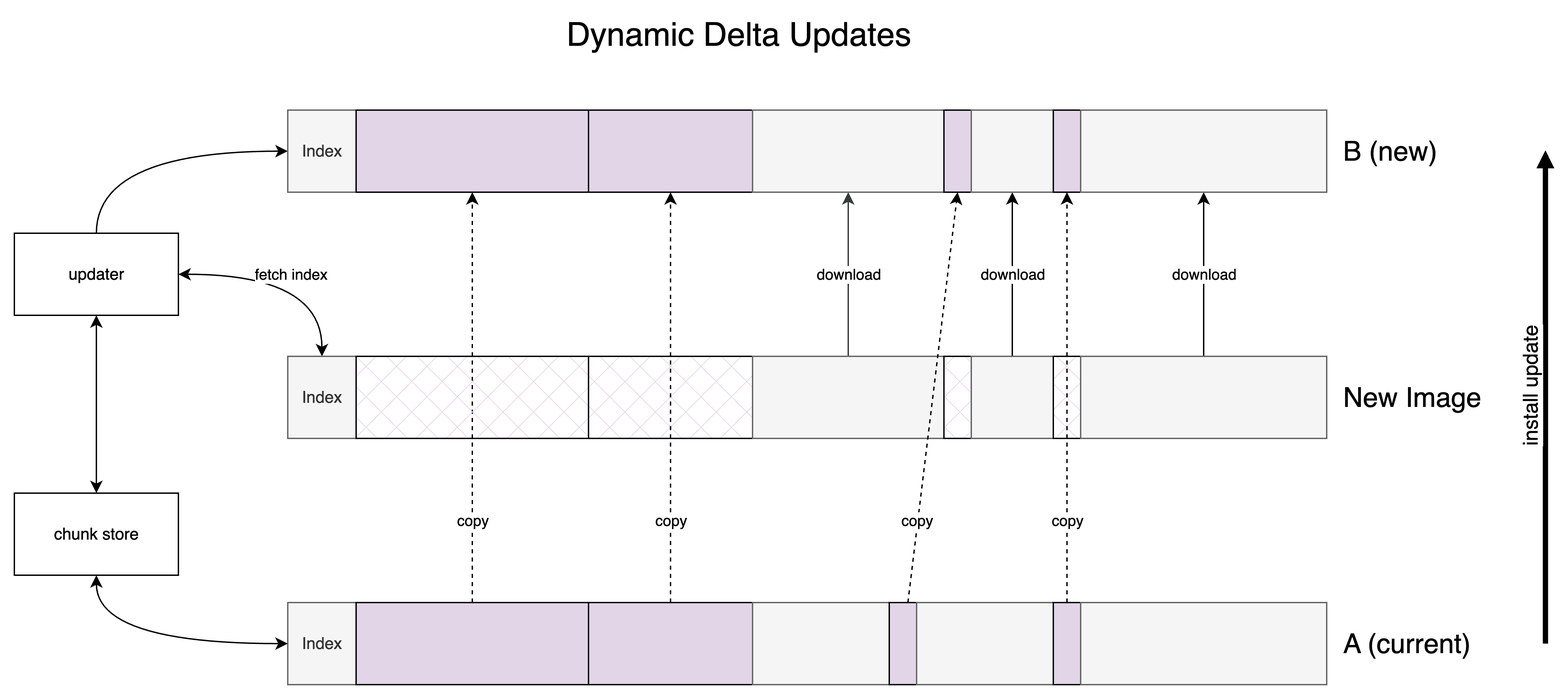
This is demos/2025-07-30/slides/dynamic-updates.drawio.png from thin-edge/tedge-public-demos, a draw.io export, as it was before one commit. Source tidied: cells renumbered, new cells last; positions are measured from the earlier drawing's top-left corner, leaving out a move shared by most shapes.
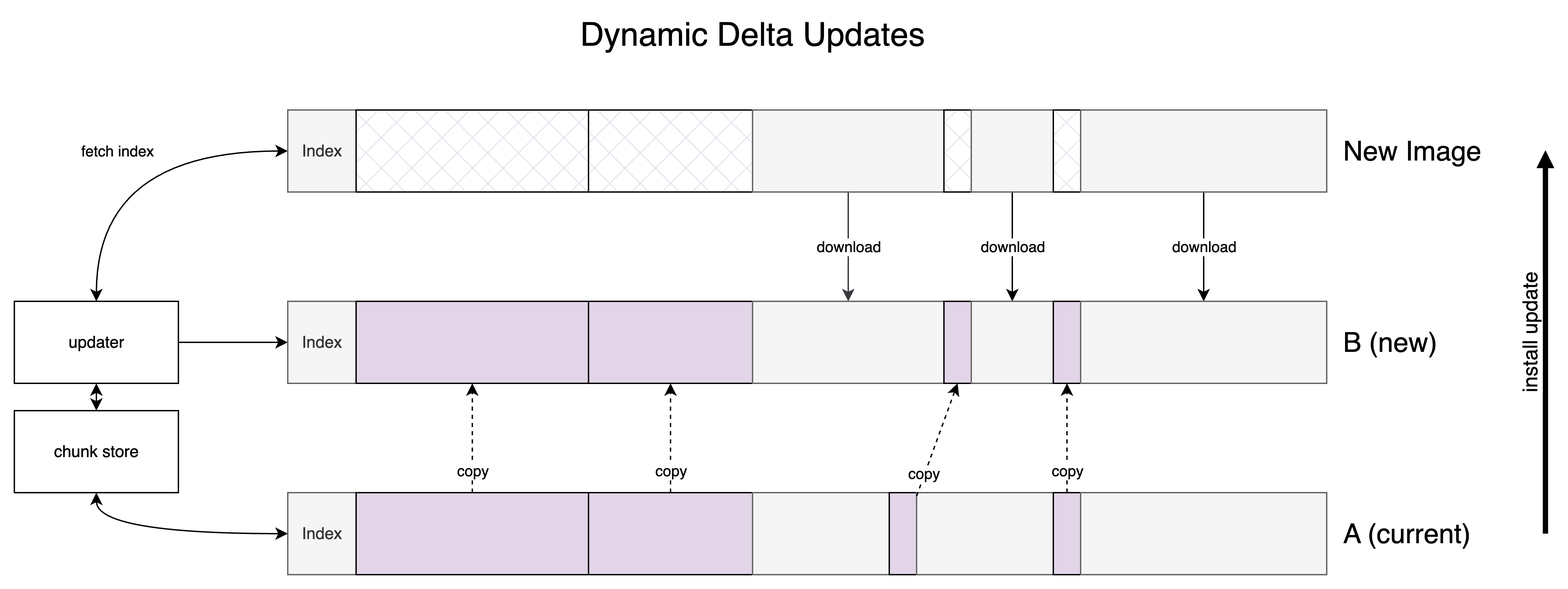
The same diagram one commit later.

The edit, as a diff of the source:
```diff
@@ -32,89 +32,89 @@
     <mxCell id="11" value="A (current)" style="text;html=1;align=left;verticalAlign=middle;whiteSpace=wrap;rounded=0;fontSize=20;" parent="1" vertex="1">
       <mxGeometry x="970" y="445" width="140" height="30" as="geometry" />
     </mxCell>
-    <mxCell id="12" value="fetch index" style="edgeStyle=orthogonalEdgeStyle;rounded=0;jettySize=auto;html=1;exitX=0.5;exitY=0;exitDx=0;exitDy=0;entryX=1;entryY=0.5;entryDx=0;entryDy=0;curved=1;startArrow=classic;startFill=1;" parent="1" edge="1" source="13" target="30">
+    <mxCell id="12" value="fetch index" style="edgeStyle=orthogonalEdgeStyle;rounded=0;jettySize=auto;html=1;exitX=0;exitY=0.5;exitDx=0;exitDy=0;entryX=0.5;entryY=0;entryDx=0;entryDy=0;curved=1;startArrow=classic;startFill=1;" parent="1" edge="1" source="13" target="30">
       <mxGeometry relative="1" as="geometry" />
     </mxCell>
     <mxCell id="13" value="Index" style="rounded=0;whiteSpace=wrap;html=1;fillColor=#f5f5f5;fontColor=#333333;strokeColor=#666666;" parent="1" vertex="1">
-      <mxGeometry x="200" y="250" width="50" height="60" as="geometry" />
+      <mxGeometry x="200" y="150" width="50" height="60" as="geometry" />
     </mxCell>
     <mxCell id="14" style="rounded=0;whiteSpace=wrap;html=1;fillStyle=cross-hatch;fillColor=#e1d5e7;strokeColor=default;strokeWidth=1;perimeterSpacing=0;" parent="1" vertex="1">
-      <mxGeometry x="420" y="250" width="120" height="60" as="geometry" />
+      <mxGeometry x="420" y="150" width="120" height="60" as="geometry" />
     </mxCell>
-    <mxCell id="15" value="download" style="edgeStyle=orthogonalEdgeStyle;rounded=0;jettySize=auto;html=1;entryX=0.5;entryY=1;entryDx=0;entryDy=0;fillColor=#cdeb8b;strokeColor=#36393d;" parent="1" edge="1" source="16" target="34">
+    <mxCell id="15" value="download" style="edgeStyle=orthogonalEdgeStyle;rounded=0;jettySize=auto;html=1;entryX=0.5;entryY=0;entryDx=0;entryDy=0;fillColor=#cdeb8b;strokeColor=#36393d;" parent="1" edge="1" source="16" target="34">
       <mxGeometry relative="1" as="geometry" />
     </mxCell>
     <mxCell id="16" style="rounded=0;whiteSpace=wrap;html=1;fillColor=#f5f5f5;strokeColor=#666666;fontColor=#333333;" parent="1" vertex="1">
-      <mxGeometry x="540" y="250" width="140" height="60" as="geometry" />
+      <mxGeometry x="540" y="150" width="140" height="60" as="geometry" />
     </mxCell>
     <mxCell id="17" style="rounded=0;whiteSpace=wrap;html=1;fillStyle=cross-hatch;fillColor=#e1d5e7;strokeColor=default;" parent="1" vertex="1">
-      <mxGeometry x="680" y="250" width="20" height="60" as="geometry" />
+      <mxGeometry x="680" y="150" width="20" height="60" as="geometry" />
     </mxCell>
-    <mxCell id="18" value="download" style="edgeStyle=orthogonalEdgeStyle;rounded=0;jettySize=auto;html=1;entryX=0.5;entryY=1;entryDx=0;entryDy=0;" parent="1" edge="1" source="19" target="36">
+    <mxCell id="18" value="download" style="edgeStyle=orthogonalEdgeStyle;rounded=0;jettySize=auto;html=1;entryX=0.5;entryY=0;entryDx=0;entryDy=0;" parent="1" edge="1" source="19" target="36">
       <mxGeometry relative="1" as="geometry" />
     </mxCell>
     <mxCell id="19" style="rounded=0;whiteSpace=wrap;html=1;fillColor=#f5f5f5;fontColor=#333333;strokeColor=#666666;" parent="1" vertex="1">
-      <mxGeometry x="700" y="250" width="60" height="60" as="geometry" />
+      <mxGeometry x="700" y="150" width="60" height="60" as="geometry" />
     </mxCell>
     <mxCell id="20" style="rounded=0;whiteSpace=wrap;html=1;fillStyle=cross-hatch;fillColor=#e1d5e7;strokeColor=default;" parent="1" vertex="1">
-      <mxGeometry x="760" y="250" width="20" height="60" as="geometry" />
+      <mxGeometry x="760" y="150" width="20" height="60" as="geometry" />
     </mxCell>
-    <mxCell id="21" value="download" style="edgeStyle=orthogonalEdgeStyle;rounded=0;jettySize=auto;html=1;entryX=0.5;entryY=1;entryDx=0;entryDy=0;" parent="1" edge="1" source="22" target="38">
+    <mxCell id="21" value="download" style="edgeStyle=orthogonalEdgeStyle;rounded=0;jettySize=auto;html=1;entryX=0.5;entryY=0;entryDx=0;entryDy=0;" parent="1" edge="1" source="22" target="38">
       <mxGeometry relative="1" as="geometry" />
     </mxCell>
     <mxCell id="22" style="rounded=0;whiteSpace=wrap;html=1;fillColor=#f5f5f5;fontColor=#333333;strokeColor=#666666;" parent="1" vertex="1">
-      <mxGeometry x="780" y="250" width="180" height="60" as="geometry" />
+      <mxGeometry x="780" y="150" width="180" height="60" as="geometry" />
     </mxCell>
     <mxCell id="23" style="rounded=0;whiteSpace=wrap;html=1;" parent="1" vertex="1">
-      <mxGeometry x="200" y="70" width="760" height="60" as="geometry" />
+      <mxGeometry x="200" y="290" width="760" height="60" as="geometry" />
     </mxCell>
     <mxCell id="24" value="New Image" style="text;html=1;align=left;verticalAlign=middle;whiteSpace=wrap;rounded=0;fontSize=20;" parent="1" vertex="1">
-      <mxGeometry x="970" y="265" width="140" height="30" as="geometry" />
+      <mxGeometry x="970" y="165" width="140" height="30" as="geometry" />
     </mxCell>
     <mxCell id="25" style="edgeStyle=orthogonalEdgeStyle;rounded=0;jettySize=auto;html=1;entryX=0;entryY=0.5;entryDx=0;entryDy=0;curved=1;exitX=0.5;exitY=1;exitDx=0;exitDy=0;startArrow=classic;startFill=1;" parent="1" edge="1" source="27" target="2">
       <mxGeometry relative="1" as="geometry" />
     </mxCell>
-    <mxCell id="26" style="edgeStyle=orthogonalEdgeStyle;rounded=0;jettySize=auto;html=1;entryX=0;entryY=0.5;entryDx=0;entryDy=0;curved=1;exitX=0.5;exitY=0;exitDx=0;exitDy=0;" parent="1" edge="1" source="30" target="23">
+    <mxCell id="26" style="edgeStyle=orthogonalEdgeStyle;rounded=0;jettySize=auto;html=1;entryX=0;entryY=0.5;entryDx=0;entryDy=0;curved=1;exitX=1;exitY=0.5;exitDx=0;exitDy=0;" parent="1" edge="1" source="30" target="23">
       <mxGeometry relative="1" as="geometry" />
     </mxCell>
     <mxCell id="27" value="chunk store" style="rounded=0;whiteSpace=wrap;html=1;" parent="1" vertex="1">
-      <mxGeometry y="350" width="120" height="60" as="geometry" />
+      <mxGeometry y="370" width="120" height="60" as="geometry" />
     </mxCell>
     <mxCell id="28" value="B (new)" style="text;html=1;align=left;verticalAlign=middle;whiteSpace=wrap;rounded=0;fontSize=20;" parent="1" vertex="1">
-      <mxGeometry x="970" y="85" width="110" height="30" as="geometry" />
+      <mxGeometry x="970" y="305" width="110" height="30" as="geometry" />
     </mxCell>
     <mxCell id="29" style="edgeStyle=orthogonalEdgeStyle;rounded=0;jettySize=auto;html=1;entryX=0.5;entryY=1;entryDx=0;entryDy=0;curved=1;exitX=0.5;exitY=0;exitDx=0;exitDy=0;startArrow=classic;startFill=1;" parent="1" edge="1" source="27" target="30">
       <mxGeometry relative="1" as="geometry" />
     </mxCell>
     <mxCell id="30" value="updater" style="rounded=0;whiteSpace=wrap;html=1;" parent="1" vertex="1">
-      <mxGeometry y="160" width="120" height="60" as="geometry" />
+      <mxGeometry y="290" width="120" height="60" as="geometry" />
     </mxCell>
     <mxCell id="31" value="&lt;div&gt;&lt;br&gt;&lt;/div&gt;" style="rounded=0;whiteSpace=wrap;html=1;fillColor=#e1d5e7;strokeColor=default;fillStyle=cross-hatch;" parent="1" vertex="1">
-      <mxGeometry x="250" y="250" width="170" height="60" as="geometry" />
+      <mxGeometry x="250" y="150" width="170" height="60" as="geometry" />
     </mxCell>
     <mxCell id="32" value="Index" style="rounded=0;whiteSpace=wrap;html=1;fillColor=#f5f5f5;fontColor=#333333;strokeColor=#666666;" parent="1" vertex="1">
-      <mxGeometry x="200" y="70" width="50" height="60" as="geometry" />
+      <mxGeometry x="200" y="290" width="50" height="60" as="geometry" />
     </mxCell>
     <mxCell id="33" style="rounded=0;whiteSpace=wrap;html=1;fillStyle=auto;fillColor=#e1d5e7;strokeColor=default;" parent="1" vertex="1">
-      <mxGeometry x="420" y="70" width="120" height="60" as="geometry" />
+      <mxGeometry x="420" y="290" width="120" height="60" as="geometry" />
     </mxCell>
     <mxCell id="34" style="rounded=0;whiteSpace=wrap;html=1;fillColor=#f5f5f5;strokeColor=#666666;fontColor=#333333;" parent="1" vertex="1">
-      <mxGeometry x="540" y="70" width="140" height="60" as="geometry" />
+      <mxGeometry x="540" y="290" width="140" height="60" as="geometry" />
     </mxCell>
     <mxCell id="35" style="rounded=0;whiteSpace=wrap;html=1;fillStyle=auto;fillColor=#e1d5e7;strokeColor=default;" parent="1" vertex="1">
-      <mxGeometry x="680" y="70" width="20" height="60" as="geometry" />
+      <mxGeometry x="680" y="290" width="20" height="60" as="geometry" />
     </mxCell>
     <mxCell id="36" style="rounded=0;whiteSpace=wrap;html=1;fillColor=#f5f5f5;fontColor=#333333;strokeColor=#666666;" parent="1" vertex="1">
-      <mxGeometry x="700" y="70" width="60" height="60" as="geometry" />
+      <mxGeometry x="700" y="290" width="60" height="60" as="geometry" />
     </mxCell>
     <mxCell id="37" style="rounded=0;whiteSpace=wrap;html=1;fillStyle=auto;fillColor=#e1d5e7;strokeColor=default;" parent="1" vertex="1">
-      <mxGeometry x="760" y="70" width="20" height="60" as="geometry" />
+      <mxGeometry x="760" y="290" width="20" height="60" as="geometry" />
     </mxCell>
     <mxCell id="38" style="rounded=0;whiteSpace=wrap;html=1;fillColor=#f5f5f5;fontColor=#333333;strokeColor=#666666;" parent="1" vertex="1">
-      <mxGeometry x="780" y="70" width="180" height="60" as="geometry" />
+      <mxGeometry x="780" y="290" width="180" height="60" as="geometry" />
     </mxCell>
     <mxCell id="39" style="rounded=0;whiteSpace=wrap;html=1;fillColor=#e1d5e7;strokeColor=default;" parent="1" vertex="1">
-      <mxGeometry x="250" y="70" width="170" height="60" as="geometry" />
+      <mxGeometry x="250" y="290" width="170" height="60" as="geometry" />
     </mxCell>
     <mxCell id="40" value="copy" style="edgeStyle=none;rounded=0;jettySize=auto;html=1;entryX=0.5;entryY=1;entryDx=0;entryDy=0;dashed=1;" parent="1" edge="1" source="7" target="35">
       <mxGeometry x="-0.6" y="1" relative="1" as="geometry" />
@@ -126,12 +126,12 @@
       <mxGeometry x="-0.6" relative="1" as="geometry" />
     </mxCell>
     <mxCell id="43" value="Dynamic Delta Updates" style="text;html=1;align=center;verticalAlign=middle;whiteSpace=wrap;rounded=0;fontSize=24;fontStyle=0;" parent="1" vertex="1">
-      <mxGeometry x="400" width="260" height="30" as="geometry" />
+      <mxGeometry x="410" y="80" width="260" height="30" as="geometry" />
     </mxCell>
     <mxCell id="44" value="install update" style="shape=flexArrow;endArrow=classic;html=1;rounded=0;horizontal=0;width=2.916666666666667;endSize=3.5125;endWidth=7.534722222222222;fillColor=light-dark(#000000, #121212);gradientColor=none;fontSize=15;" parent="1" edge="1">
       <mxGeometry x="0.05" y="12" relative="1" as="geometry">
         <mxPoint x="1120" y="460" as="sourcePoint" />
-        <mxPoint x="1120" y="100" as="targetPoint" />
+        <mxPoint x="1120" y="180" as="targetPoint" />
       </mxGeometry>
     </mxCell>
   </root>
```
